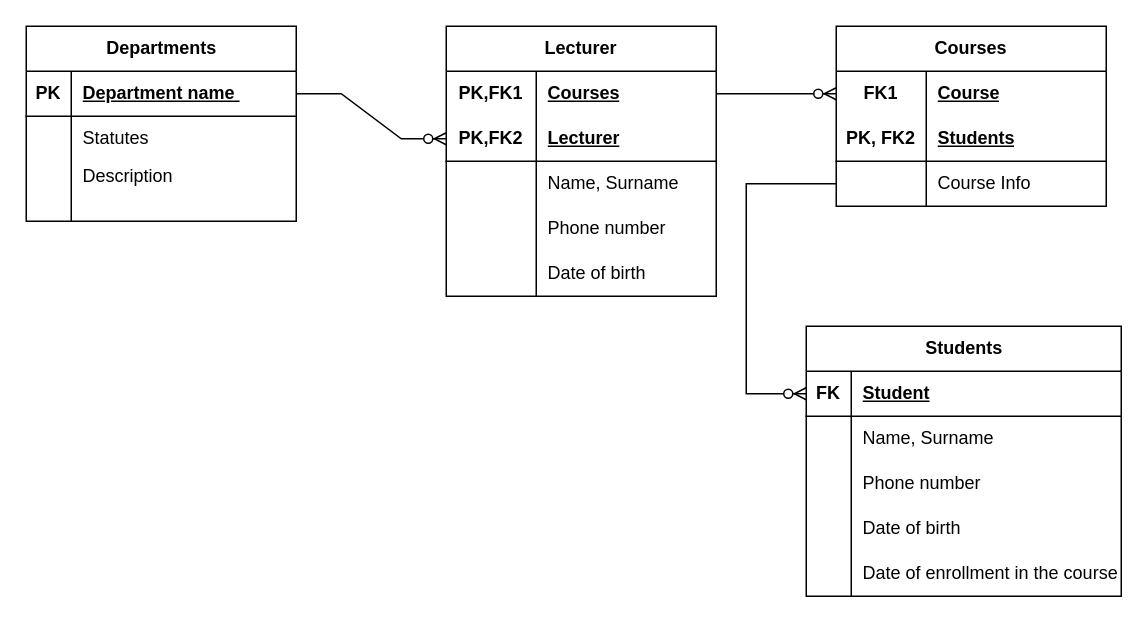
Above: page "Page-1" (1 of 2) of Untitled Diagram.drawio in JoaNIAS/Database-project-design (draw.io), before the change. Source tidied: cells renumbered, new cells numbered last; positions are measured from the earlier drawing's top-left corner, leaving out a move shared by most shapes. Both pictures are drawn from the tidied source at 150%, with x=0, y=0 at pixel (26, 26).
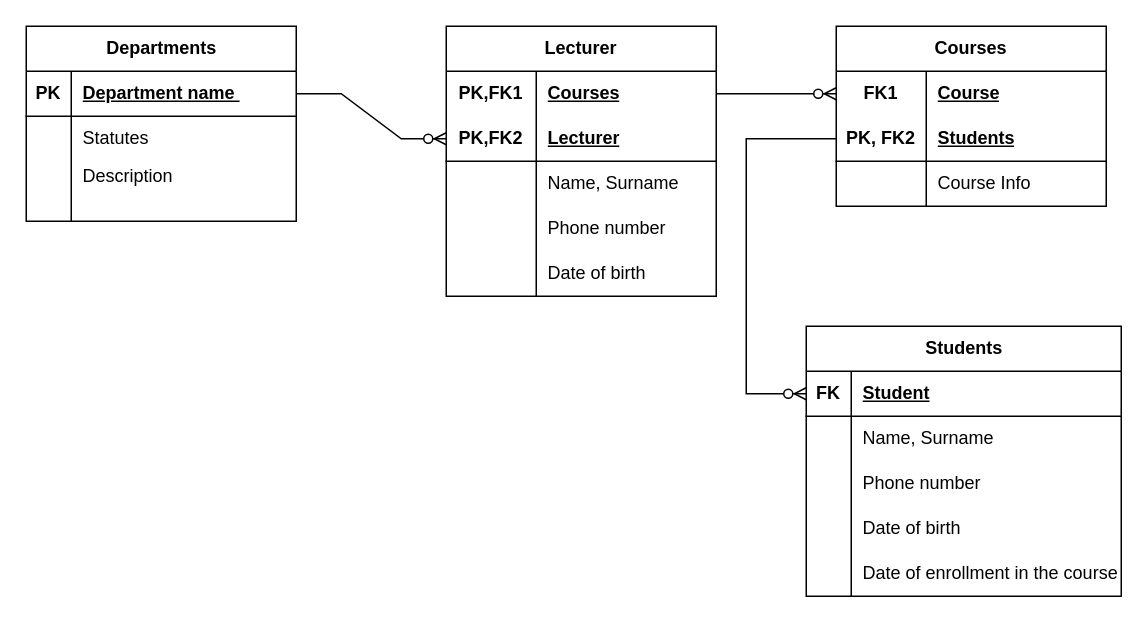
Above is the later version.

Commit message:
Daata Base Project design

Unchanged cells that the change refers to:
```xml
<mxCell id="34" style="shape=tableRow;horizontal=0;startSize=0;swimlaneHead=0;swimlaneBody=0;fillColor=none;points=[[0,0.5],[1,0.5]];portConstraint=eastwest;top=0;left=0;right=0;bottom=1;" parent="33" vertex="1">
  <mxGeometry y="30" width="210" height="30" as="geometry" />
</mxCell>
<mxCell id="53" style="shape=tableRow;horizontal=0;startSize=0;swimlaneHead=0;swimlaneBody=0;fillColor=none;points=[[0,0.5],[1,0.5]];portConstraint=eastwest;top=0;left=0;right=0;bottom=1;html=1;" parent="49" vertex="1">
  <mxGeometry y="60" width="180" height="30" as="geometry" />
</mxCell>
<mxCell id="56" style="shape=tableRow;horizontal=0;startSize=0;swimlaneHead=0;swimlaneBody=0;fillColor=none;points=[[0,0.5],[1,0.5]];portConstraint=eastwest;top=0;left=0;right=0;bottom=0;html=1;" parent="49" vertex="1">
  <mxGeometry y="90" width="180" height="30" as="geometry" />
</mxCell>
```

The edit, as a diff of the source:
```diff
@@
-    <mxCell id="59" style="fontSize=12;html=1;endArrow=ERzeroToMany;endFill=1;rounded=0;entryX=0;entryY=0.5;entryDx=0;entryDy=0;exitX=0;exitY=0.5;exitDx=0;exitDy=0;" parent="1" edge="1" source="56" target="34">
+    <mxCell id="59" style="fontSize=12;html=1;endArrow=ERzeroToMany;endFill=1;rounded=0;entryX=0;entryY=0.5;entryDx=0;entryDy=0;exitX=0;exitY=0.5;exitDx=0;exitDy=0;" parent="1" edge="1" source="53" target="34">
       <mxGeometry relative="1" as="geometry">
         <Array as="points">
-          <mxPoint x="480" y="105" />
+          <mxPoint x="480" y="75" />
           <mxPoint x="480" y="245" />
         </Array>
       </mxGeometry>
     </mxCell>
```
